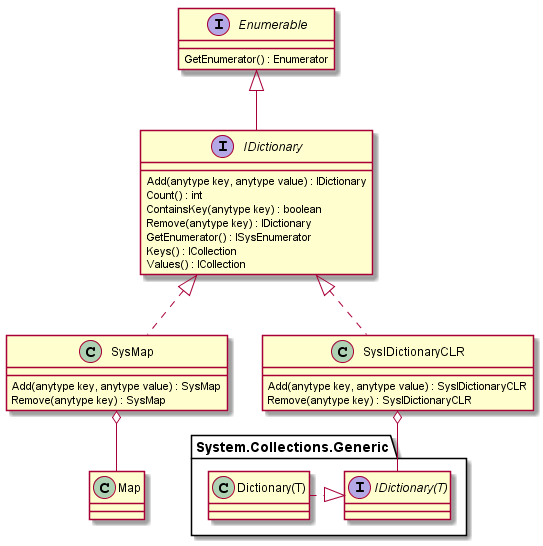
d-tolstov/Ax2009-IDictionary keeps this PlantUML diagram as out/schema/IDictionary.png. Above is the earlier version.
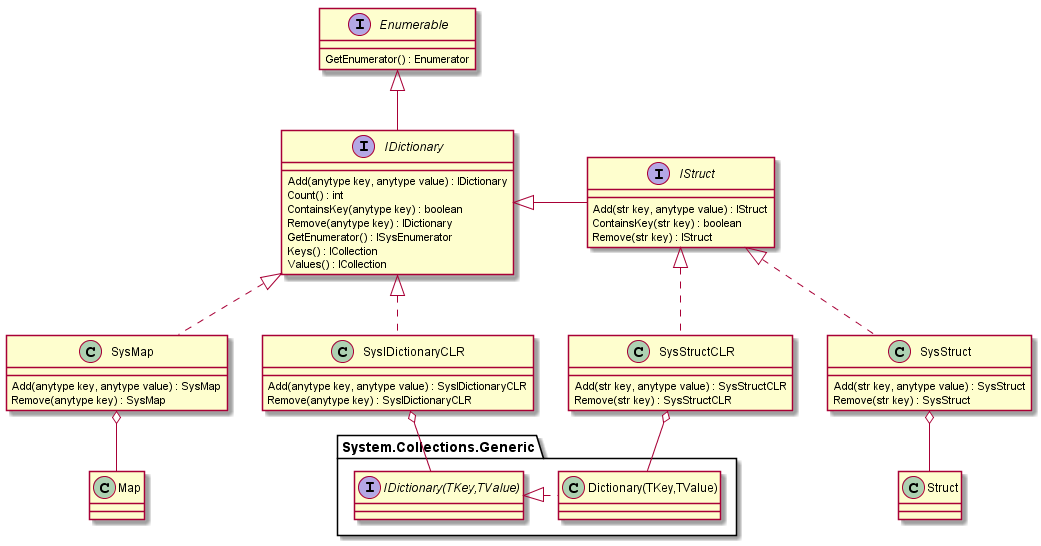
After the change.

What changed in the source:
```diff
@@ -31,11 +31,35 @@
 }
 IDictionary <|.. SysIDictionaryCLR
 
+interface IStruct{
+    Add(str key, anytype value) : IStruct
+    ContainsKey(str key) : boolean
+    Remove(str key) : IStruct
+}
+IDictionary <|- IStruct
+
+class SysStructCLR{
+    Add(str key, anytype value) : SysStructCLR
+    Remove(str key) : SysStructCLR
+}
+IStruct <|.. SysStructCLR
+
 package System.Collections.Generic{
-    interface IDictionary(T){
+    interface IDictionary(TKey,TValue){
     }
-    SysIDictionaryCLR o-- "IDictionary(T)"
-    "Dictionary(T)" .|> "IDictionary(T)"
+    SysIDictionaryCLR o-- "IDictionary(TKey,TValue)"
+    "IDictionary(TKey,TValue)" <|. "Dictionary(TKey,TValue)"
+    SysStructCLR o-- "Dictionary(TKey,TValue)"
 }
 
+class SysStruct{
+    Add(str key, anytype value) : SysStruct
+    Remove(str key) : SysStruct
+}
+IStruct <|.. SysStruct
+
+class Struct{
+}
+SysStruct o-- Struct
+
 @enduml
```
